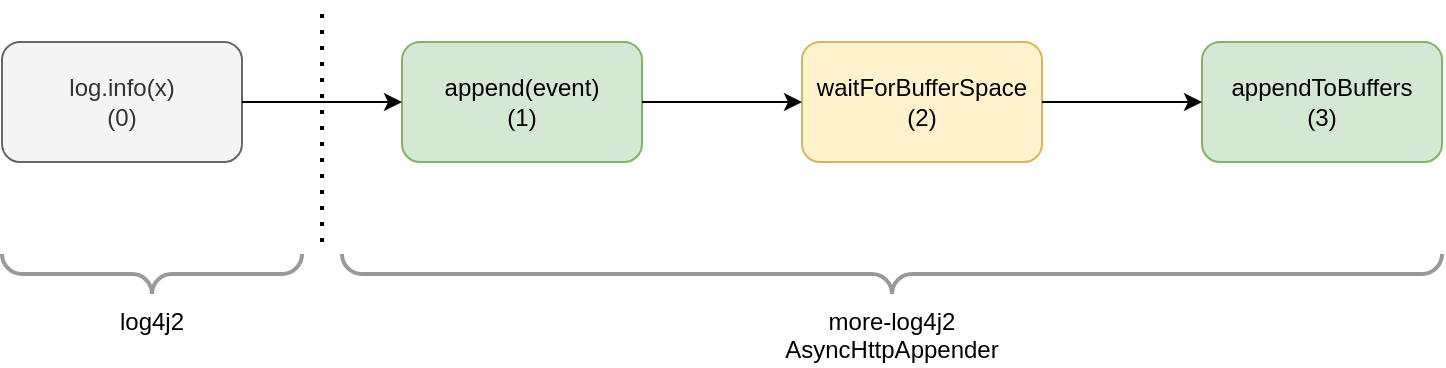
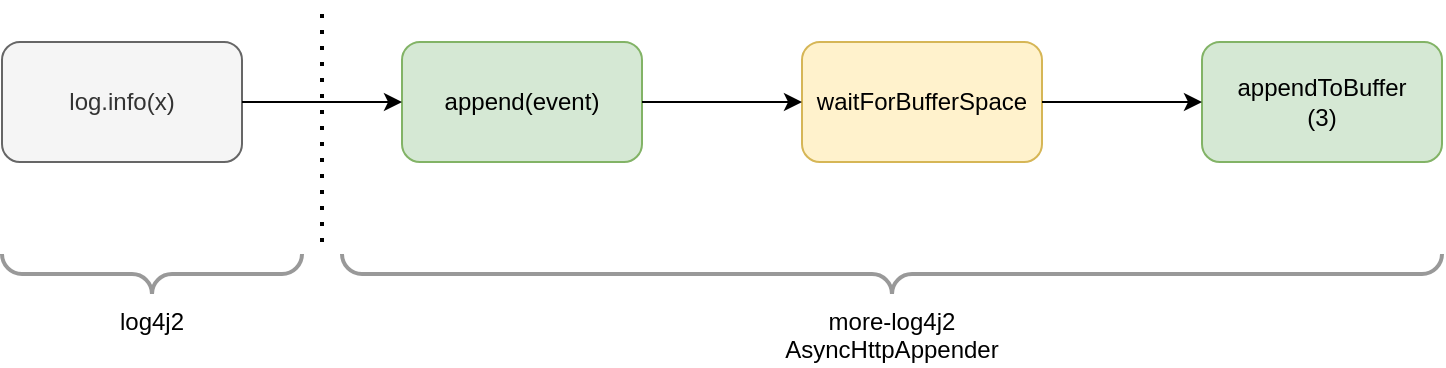
<mxfile host="Electron">
  <diagram name="Page-1" id="EooaVccjyX0nO5Z9Wqe2">
-     <mxGraphModel dx="1417" dy="834" grid="1" gridSize="10" guides="1" tooltips="1" connect="1" arrows="1" fold="1" page="1" pageScale="1" pageWidth="1169" pageHeight="827" math="0" shadow="0">
+     <mxGraphModel dx="2054" dy="1210" grid="1" gridSize="10" guides="1" tooltips="1" connect="1" arrows="1" fold="1" page="1" pageScale="1" pageWidth="1169" pageHeight="827" math="0" shadow="0">
      <root>
        <mxCell id="0" />
        <mxCell id="1" parent="0" />
-         <mxCell id="N0Xhakewti7OGX9amp9R-1" parent="1" style="rounded=1;whiteSpace=wrap;html=1;fillColor=#d5e8d4;strokeColor=#82b366;" value="append(event)&lt;div&gt;&lt;span style=&quot;background-color: transparent; color: light-dark(rgb(0, 0, 0), rgb(255, 255, 255));&quot;&gt;(1)&lt;/span&gt;&lt;/div&gt;" vertex="1">
+         <mxCell id="N0Xhakewti7OGX9amp9R-1" parent="1" style="rounded=1;whiteSpace=wrap;html=1;fillColor=#d5e8d4;strokeColor=#82b366;" value="append(event)" vertex="1">
          <mxGeometry height="60" width="120" x="280" y="160" as="geometry" />
        </mxCell>
-         <mxCell id="N0Xhakewti7OGX9amp9R-4" parent="1" style="rounded=1;whiteSpace=wrap;html=1;fillColor=#fff2cc;strokeColor=#d6b656;" value="waitForBufferSpace&lt;div&gt;(2)&lt;/div&gt;" vertex="1">
+         <mxCell id="N0Xhakewti7OGX9amp9R-4" parent="1" style="rounded=1;whiteSpace=wrap;html=1;fillColor=#fff2cc;strokeColor=#d6b656;" value="waitForBufferSpace" vertex="1">
          <mxGeometry height="60" width="120" x="480" y="160" as="geometry" />
        </mxCell>
-         <mxCell id="N0Xhakewti7OGX9amp9R-6" parent="1" style="rounded=1;whiteSpace=wrap;html=1;fillColor=#d5e8d4;strokeColor=#82b366;" value="appendToBuffers&lt;div&gt;(3)&lt;/div&gt;" vertex="1">
+         <mxCell id="N0Xhakewti7OGX9amp9R-6" parent="1" style="rounded=1;whiteSpace=wrap;html=1;fillColor=#d5e8d4;strokeColor=#82b366;" value="appendToBuffer&lt;div&gt;(3)&lt;/div&gt;" vertex="1">
          <mxGeometry height="60" width="120" x="680" y="160" as="geometry" />
        </mxCell>
-         <mxCell id="N0Xhakewti7OGX9amp9R-7" parent="1" style="rounded=1;whiteSpace=wrap;html=1;fillColor=#f5f5f5;fontColor=#333333;strokeColor=#666666;" value="log.info(x)&lt;div&gt;(0)&lt;/div&gt;" vertex="1">
+         <mxCell id="N0Xhakewti7OGX9amp9R-7" parent="1" style="rounded=1;whiteSpace=wrap;html=1;fillColor=#f5f5f5;fontColor=#333333;strokeColor=#666666;" value="log.info(x)" vertex="1">
          <mxGeometry height="60" width="120" x="80" y="160" as="geometry" />
        </mxCell>
        <mxCell id="N0Xhakewti7OGX9amp9R-8" edge="1" parent="1" source="N0Xhakewti7OGX9amp9R-7" style="endArrow=classic;html=1;rounded=0;exitX=1;exitY=0.5;exitDx=0;exitDy=0;" target="N0Xhakewti7OGX9amp9R-1" value="">
          <mxGeometry height="50" relative="1" width="50" as="geometry">
            <mxPoint x="890" y="540" as="sourcePoint" />
            <mxPoint x="940" y="490" as="targetPoint" />
          </mxGeometry>
        </mxCell>
        <mxCell id="N0Xhakewti7OGX9amp9R-10" edge="1" parent="1" source="N0Xhakewti7OGX9amp9R-4" style="endArrow=classic;html=1;rounded=0;exitX=1;exitY=0.5;exitDx=0;exitDy=0;entryX=0;entryY=0.5;entryDx=0;entryDy=0;" target="N0Xhakewti7OGX9amp9R-6" value="">
          <mxGeometry height="50" relative="1" width="50" as="geometry">
            <mxPoint x="600" y="189.5" as="sourcePoint" />
            <mxPoint x="680" y="189.5" as="targetPoint" />
          </mxGeometry>
        </mxCell>
        <mxCell id="N0Xhakewti7OGX9amp9R-12" edge="1" parent="1" source="N0Xhakewti7OGX9amp9R-1" style="endArrow=classic;html=1;rounded=0;exitX=1;exitY=0.5;exitDx=0;exitDy=0;entryX=0;entryY=0.5;entryDx=0;entryDy=0;" target="N0Xhakewti7OGX9amp9R-4" value="">
          <mxGeometry height="50" relative="1" width="50" as="geometry">
            <mxPoint x="880" y="540" as="sourcePoint" />
            <mxPoint x="930" y="490" as="targetPoint" />
          </mxGeometry>
        </mxCell>
        <mxCell id="N0Xhakewti7OGX9amp9R-13" edge="1" parent="1" style="endArrow=none;dashed=1;html=1;dashPattern=1 3;strokeWidth=2;rounded=0;" value="">
          <mxGeometry height="50" relative="1" width="50" as="geometry">
            <mxPoint x="240" y="260" as="sourcePoint" />
            <mxPoint x="240" y="140" as="targetPoint" />
          </mxGeometry>
        </mxCell>
        <mxCell id="N0Xhakewti7OGX9amp9R-14" parent="1" style="verticalLabelPosition=bottom;shadow=0;dashed=0;align=center;html=1;verticalAlign=top;strokeWidth=2;shape=mxgraph.mockup.markup.curlyBrace;whiteSpace=wrap;strokeColor=#999999;direction=west;" value="log4j2" vertex="1">
          <mxGeometry height="20" width="150" x="80" y="266" as="geometry" />
        </mxCell>
        <mxCell id="N0Xhakewti7OGX9amp9R-15" parent="1" style="verticalLabelPosition=bottom;shadow=0;dashed=0;align=center;html=1;verticalAlign=top;strokeWidth=2;shape=mxgraph.mockup.markup.curlyBrace;whiteSpace=wrap;strokeColor=#999999;direction=west;" value="more-log4j2&lt;div&gt;AsyncHttpAppender&lt;/div&gt;" vertex="1">
          <mxGeometry height="20" width="550" x="250" y="266" as="geometry" />
        </mxCell>
      </root>
    </mxGraphModel>
  </diagram>
</mxfile>
